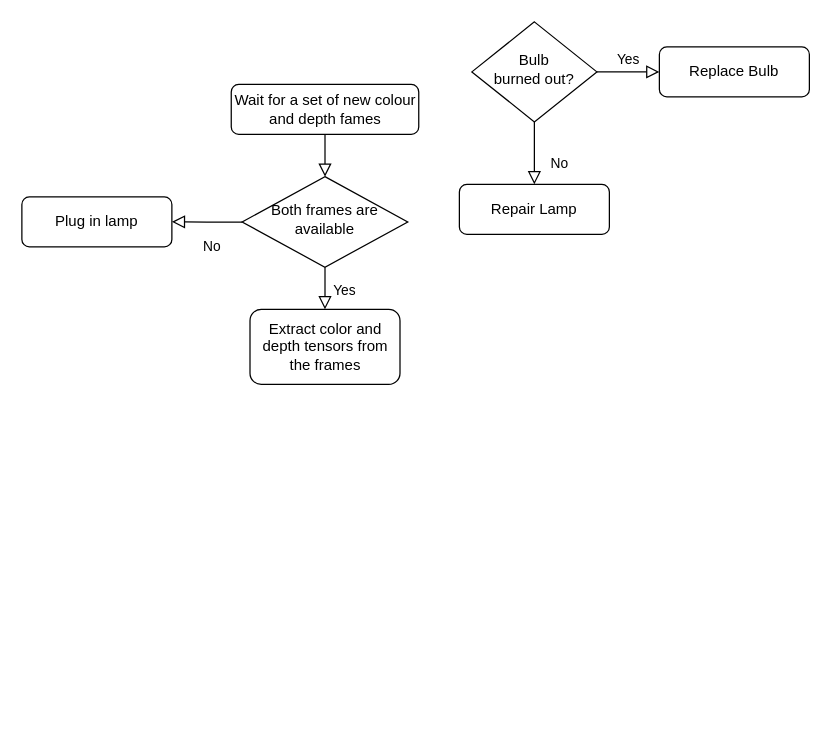
Above: Untitled Diagram.drawio in CAP-JJ/objectDetectionProject (draw.io), before the change. Source tidied: cells renumbered, new cells numbered last; positions are measured from the earlier drawing's top-left corner, leaving out a move shared by most shapes. Both pictures are drawn from the tidied source at 125%, with x=0, y=0 at pixel (21, 21).
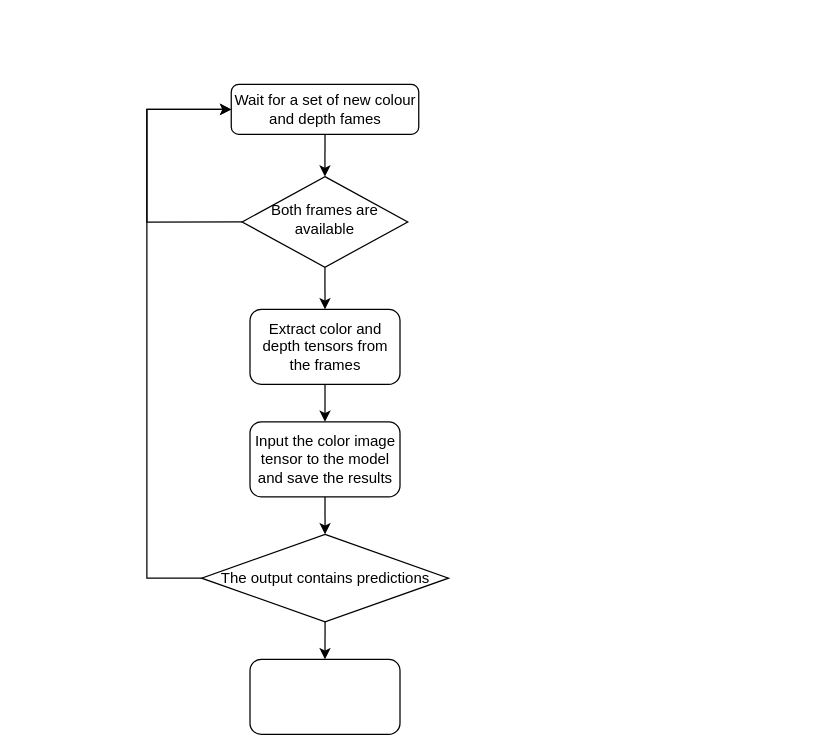
Above is the later version.

The edit, as a diff of the source:
```diff
@@
 <mxGraphModel>
   <root>
     <mxCell id="0" />
     <mxCell id="1" parent="0" />
-    <mxCell id="2" style="rounded=0;html=1;jettySize=auto;fontSize=11;endArrow=block;endFill=0;endSize=8;strokeWidth=1;shadow=0;labelBackgroundColor=none;edgeStyle=orthogonalEdgeStyle;" parent="1" edge="1" source="3" target="6">
+    <mxCell id="2" style="edgeStyle=orthogonalEdgeStyle;rounded=0;jettySize=auto;html=1;exitX=0.5;exitY=1;exitDx=0;exitDy=0;entryX=0.5;entryY=0;entryDx=0;entryDy=0;elbow=vertical;" parent="1" edge="1" source="3" target="6">
       <mxGeometry relative="1" as="geometry" />
     </mxCell>
     <mxCell id="3" value="Wait for a set of new colour and depth fames" style="rounded=1;whiteSpace=wrap;html=1;fontSize=12;glass=0;strokeWidth=1;shadow=0;" parent="1" vertex="1">
       <mxGeometry x="167.5" y="50" width="150" height="40" as="geometry" />
     </mxCell>
+    <mxCell id="14" style="edgeStyle=orthogonalEdgeStyle;rounded=0;jettySize=auto;html=1;exitX=0;exitY=0.5;exitDx=0;exitDy=0;entryX=0;entryY=0.5;entryDx=0;entryDy=0;elbow=vertical;" parent="1" edge="1" source="6" target="3">
+      <mxGeometry relative="1" as="geometry">
+        <Array as="points">
+          <mxPoint x="100" y="160" />
+          <mxPoint x="100" y="70" />
+        </Array>
+      </mxGeometry>
+    </mxCell>
-    <mxCell id="4" value="Yes" style="rounded=0;html=1;jettySize=auto;fontSize=11;endArrow=block;endFill=0;endSize=8;strokeWidth=1;shadow=0;labelBackgroundColor=none;edgeStyle=orthogonalEdgeStyle;entryX=0.5;entryY=0;entryDx=0;entryDy=0;" parent="1" edge="1" source="6" target="13">
-      <mxGeometry x="0.14" y="15" relative="1" as="geometry" />
+    <mxCell id="4" style="edgeStyle=orthogonalEdgeStyle;rounded=0;jettySize=auto;html=1;exitX=0.5;exitY=1;exitDx=0;exitDy=0;entryX=0.5;entryY=0;entryDx=0;entryDy=0;elbow=vertical;" parent="1" edge="1" source="6" target="13">
+      <mxGeometry relative="1" as="geometry" />
     </mxCell>
-    <mxCell id="5" value="No" style="edgeStyle=orthogonalEdgeStyle;rounded=0;html=1;jettySize=auto;fontSize=11;endArrow=block;endFill=0;endSize=8;strokeWidth=1;shadow=0;labelBackgroundColor=none;" parent="1" edge="1" source="6" target="7">
-      <mxGeometry x="-0.14" y="20" relative="1" as="geometry" />
-    </mxCell>
     <mxCell id="6" value="Both frames are available" style="rhombus;whiteSpace=wrap;html=1;shadow=0;fontFamily=Helvetica;fontSize=12;align=center;strokeWidth=1;spacing=6;spacingTop=-4;" parent="1" vertex="1">
       <mxGeometry x="176.2" y="123.8" width="132.5" height="72.5" as="geometry" />
     </mxCell>
-    <mxCell id="7" value="Plug in lamp" style="rounded=1;whiteSpace=wrap;html=1;fontSize=12;glass=0;strokeWidth=1;shadow=0;" parent="1" vertex="1">
-      <mxGeometry y="140" width="120" height="40" as="geometry" />
-    </mxCell>
-    <mxCell id="8" value="No" style="rounded=0;html=1;jettySize=auto;fontSize=11;endArrow=block;endFill=0;endSize=8;strokeWidth=1;shadow=0;labelBackgroundColor=none;edgeStyle=orthogonalEdgeStyle;" parent="1" edge="1" source="10" target="11">
-      <mxGeometry x="0.33" y="20" relative="1" as="geometry" />
-    </mxCell>
-    <mxCell id="9" value="Yes" style="edgeStyle=orthogonalEdgeStyle;rounded=0;html=1;jettySize=auto;fontSize=11;endArrow=block;endFill=0;endSize=8;strokeWidth=1;shadow=0;labelBackgroundColor=none;" parent="1" edge="1" source="10" target="12">
-      <mxGeometry y="10" relative="1" as="geometry" />
-    </mxCell>
-    <mxCell id="10" value="Bulb&lt;br&gt;burned out?" style="rhombus;whiteSpace=wrap;html=1;shadow=0;fontFamily=Helvetica;fontSize=12;align=center;strokeWidth=1;spacing=6;spacingTop=-4;" parent="1" vertex="1">
-      <mxGeometry x="360" width="100" height="80" as="geometry" />
-    </mxCell>
-    <mxCell id="11" value="Repair Lamp" style="rounded=1;whiteSpace=wrap;html=1;fontSize=12;glass=0;strokeWidth=1;shadow=0;" parent="1" vertex="1">
-      <mxGeometry x="350" y="130" width="120" height="40" as="geometry" />
-    </mxCell>
-    <mxCell id="12" value="Replace Bulb" style="rounded=1;whiteSpace=wrap;html=1;fontSize=12;glass=0;strokeWidth=1;shadow=0;" parent="1" vertex="1">
-      <mxGeometry x="510" y="20" width="120" height="40" as="geometry" />
-    </mxCell>
+    <mxCell id="15" style="edgeStyle=orthogonalEdgeStyle;rounded=0;jettySize=auto;html=1;exitX=0.5;exitY=1;exitDx=0;exitDy=0;entryX=0.5;entryY=0;entryDx=0;entryDy=0;elbow=vertical;" parent="1" edge="1" source="13" target="17">
+      <mxGeometry relative="1" as="geometry" />
+    </mxCell>
     <mxCell id="13" value="Extract color and depth tensors from the frames" style="rounded=1;whiteSpace=wrap;html=1;" parent="1" vertex="1">
       <mxGeometry x="182.5" y="230" width="120" height="60" as="geometry" />
     </mxCell>
+    <mxCell id="16" style="edgeStyle=orthogonalEdgeStyle;rounded=0;jettySize=auto;html=1;exitX=0.5;exitY=1;exitDx=0;exitDy=0;entryX=0.5;entryY=0;entryDx=0;entryDy=0;elbow=vertical;" parent="1" edge="1" source="17" target="21">
+      <mxGeometry relative="1" as="geometry" />
+    </mxCell>
+    <mxCell id="17" value="Input the color image tensor to the model and save the results" style="rounded=1;whiteSpace=wrap;html=1;" parent="1" vertex="1">
+      <mxGeometry x="182.5" y="320" width="120" height="60" as="geometry" />
+    </mxCell>
+    <mxCell id="18" style="rounded=1;whiteSpace=wrap;html=1;" parent="1" vertex="1">
+      <mxGeometry x="182.5" y="510" width="120" height="60" as="geometry" />
+    </mxCell>
+    <mxCell id="19" style="edgeStyle=orthogonalEdgeStyle;rounded=0;jettySize=auto;html=1;exitX=0.5;exitY=1;exitDx=0;exitDy=0;entryX=0.5;entryY=0;entryDx=0;entryDy=0;elbow=vertical;" parent="1" edge="1" source="21" target="18">
+      <mxGeometry relative="1" as="geometry" />
+    </mxCell>
+    <mxCell id="20" style="edgeStyle=orthogonalEdgeStyle;rounded=0;jettySize=auto;html=1;exitX=0;exitY=0.5;exitDx=0;exitDy=0;elbow=vertical;entryX=0;entryY=0.5;entryDx=0;entryDy=0;" parent="1" edge="1" source="21" target="3">
+      <mxGeometry relative="1" as="geometry">
+        <Array as="points">
+          <mxPoint x="100" y="445" />
+          <mxPoint x="100" y="70" />
+        </Array>
+      </mxGeometry>
+    </mxCell>
+    <mxCell id="21" value="The output contains predictions" style="rhombus;whiteSpace=wrap;html=1;" parent="1" vertex="1">
+      <mxGeometry x="143.8" y="410" width="197.5" height="70" as="geometry" />
+    </mxCell>
   </root>
 </mxGraphModel>
```
